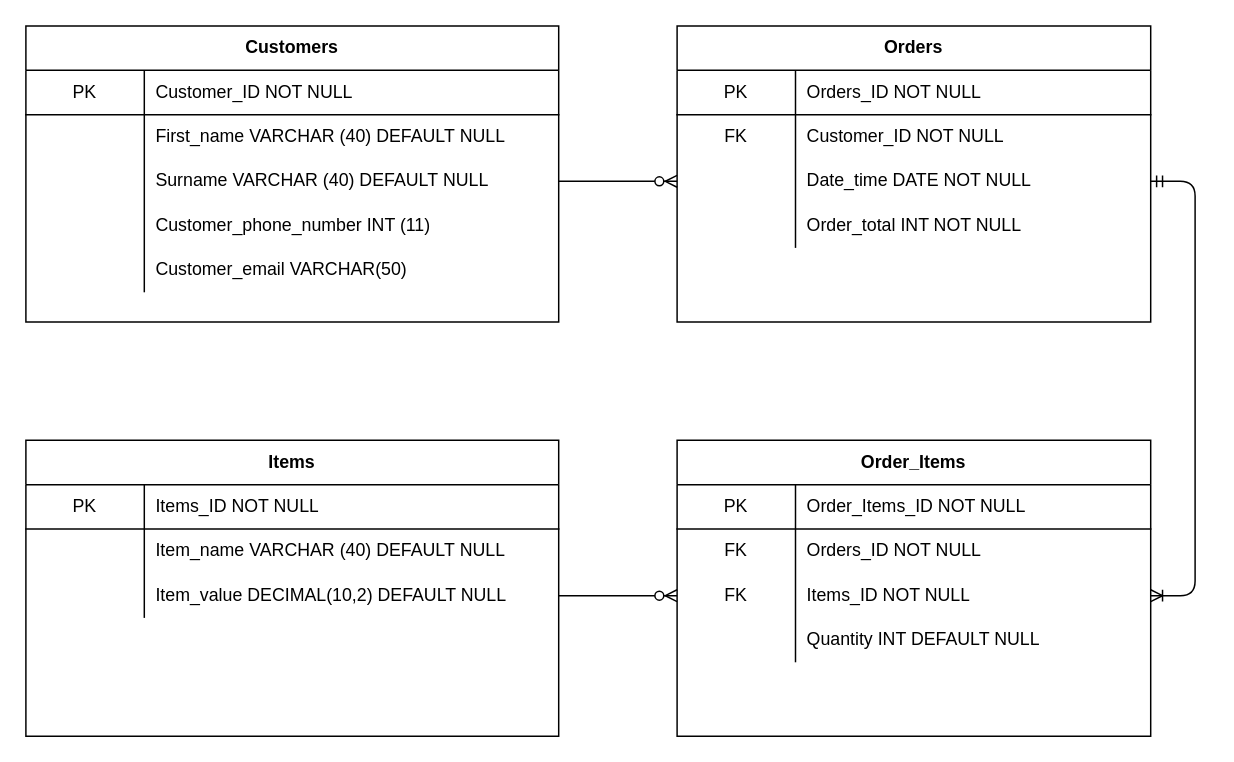
Before: Copy of Untitled Diagram.drawio in AWalker2112/IMS-Starter, a draw.io diagram. Source tidied: cells renumbered, new cells numbered last; positions are measured from the earlier drawing's top-left corner, leaving out a move shared by most shapes. Both pictures are drawn from the tidied source at 148%, with x=0, y=0 at pixel (25, 25).
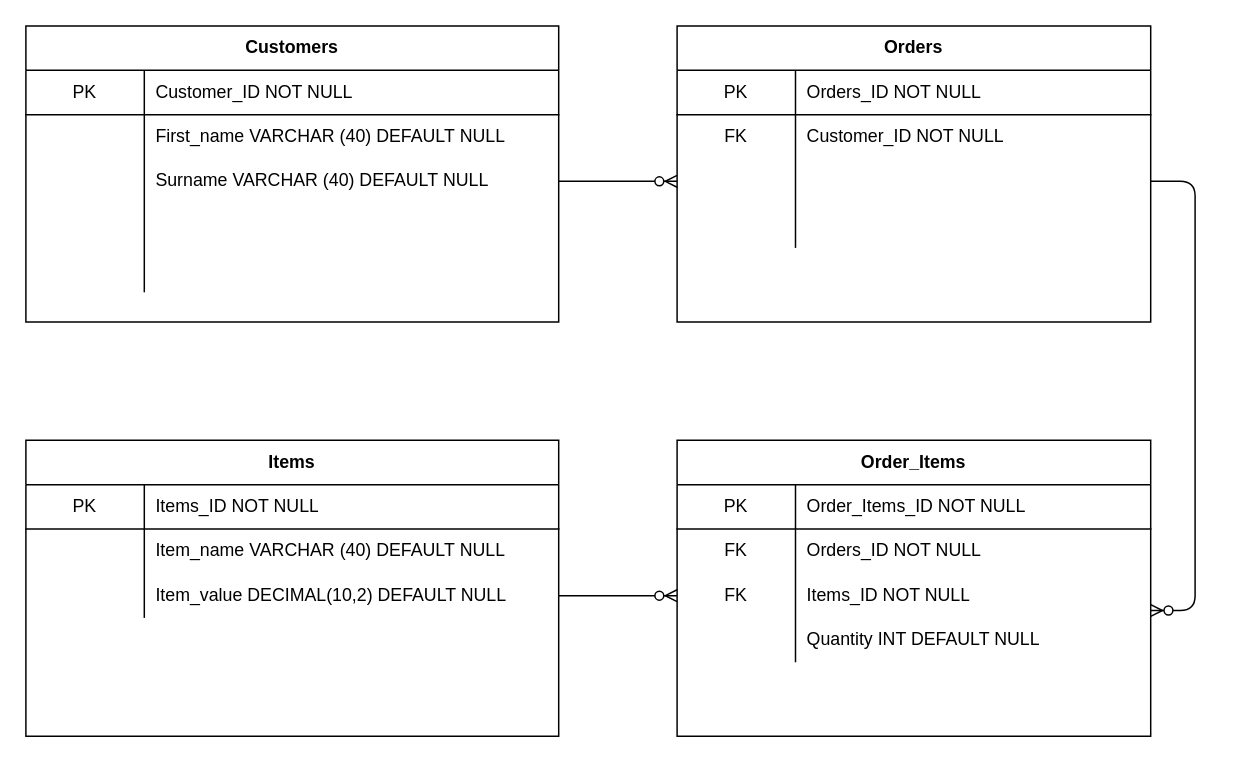
The same diagram, later.

The change refers to these unchanged cells:
```xml
<mxCell id="12" style="shape=partialRectangle;html=1;whiteSpace=wrap;fillColor=none;top=0;left=0;bottom=0;right=0;" parent="2" vertex="1">
  <mxGeometry y="120" width="360" height="30" as="geometry" />
</mxCell>
<mxCell id="15" style="shape=partialRectangle;html=1;whiteSpace=wrap;fillColor=none;top=0;left=0;bottom=0;right=0;" parent="2" vertex="1">
  <mxGeometry y="150" width="360" height="30" as="geometry" />
</mxCell>
<mxCell id="25" style="shape=partialRectangle;html=1;whiteSpace=wrap;fillColor=none;top=0;left=0;bottom=0;right=0;points=[[0,0.5],[1,0.5]];portConstraint=eastwest;" parent="18" vertex="1">
  <mxGeometry y="90" width="320" height="30" as="geometry" />
</mxCell>
<mxCell id="28" style="shape=partialRectangle;html=1;whiteSpace=wrap;fillColor=none;top=0;left=0;bottom=0;right=0;" parent="18" vertex="1">
  <mxGeometry y="120" width="320" height="30" as="geometry" />
</mxCell>
<mxCell id="48" style="shape=partialRectangle;html=1;whiteSpace=wrap;fillColor=none;top=0;left=0;bottom=0;right=0;points=[[0,0.5],[1,0.5]];portConstraint=eastwest;" parent="41" vertex="1">
  <mxGeometry y="90" width="320" height="30" as="geometry" />
</mxCell>
```

Change to the diagram source:
```diff
@@
-    <mxCell id="14" value="Customer_phone_number INT (11)&amp;nbsp;" style="shape=partialRectangle;html=1;whiteSpace=wrap;fillColor=none;top=0;left=0;bottom=0;right=0;align=left;spacingLeft=6;overflow=hidden;" parent="12" vertex="1">
+    <mxCell id="14" style="shape=partialRectangle;html=1;whiteSpace=wrap;fillColor=none;top=0;left=0;bottom=0;right=0;align=left;spacingLeft=6;overflow=hidden;" parent="12" vertex="1">
       <mxGeometry x="80" width="280" height="30" as="geometry" />
     </mxCell>
@@
-    <mxCell id="17" value="Customer_email VARCHAR(50)" style="shape=partialRectangle;html=1;whiteSpace=wrap;fillColor=none;top=0;left=0;bottom=0;right=0;align=left;spacingLeft=6;overflow=hidden;" parent="15" vertex="1">
+    <mxCell id="17" style="shape=partialRectangle;html=1;whiteSpace=wrap;fillColor=none;top=0;left=0;bottom=0;right=0;align=left;spacingLeft=6;overflow=hidden;" parent="15" vertex="1">
       <mxGeometry x="80" width="280" height="30" as="geometry" />
     </mxCell>
@@
-    <mxCell id="27" value="Date_time DATE NOT NULL" style="shape=partialRectangle;html=1;whiteSpace=wrap;fillColor=none;top=0;left=0;bottom=0;right=0;align=left;spacingLeft=6;overflow=hidden;" parent="25" vertex="1">
+    <mxCell id="27" style="shape=partialRectangle;html=1;whiteSpace=wrap;fillColor=none;top=0;left=0;bottom=0;right=0;align=left;spacingLeft=6;overflow=hidden;" parent="25" vertex="1">
       <mxGeometry x="80" width="240" height="30" as="geometry" />
     </mxCell>
@@
-    <mxCell id="30" value="Order_total INT NOT NULL" style="shape=partialRectangle;html=1;whiteSpace=wrap;fillColor=none;top=0;left=0;bottom=0;right=0;align=left;spacingLeft=6;overflow=hidden;" parent="28" vertex="1">
+    <mxCell id="30" style="shape=partialRectangle;html=1;whiteSpace=wrap;fillColor=none;top=0;left=0;bottom=0;right=0;align=left;spacingLeft=6;overflow=hidden;" parent="28" vertex="1">
       <mxGeometry x="80" width="240" height="30" as="geometry" />
     </mxCell>
@@
-    <mxCell id="56" style="edgeStyle=entityRelationEdgeStyle;fontSize=12;html=1;endArrow=ERoneToMany;startArrow=ERmandOne;entryX=1;entryY=0.5;entryDx=0;entryDy=0;exitX=1;exitY=0.5;exitDx=0;exitDy=0;" parent="1" edge="1" source="25" target="48">
+    <mxCell id="56" style="edgeStyle=entityRelationEdgeStyle;fontSize=12;html=1;endArrow=ERzeroToMany;endFill=1;entryX=1;entryY=0.833;entryDx=0;entryDy=0;entryPerimeter=0;exitX=1;exitY=0.5;exitDx=0;exitDy=0;" parent="1" edge="1" source="25" target="48">
       <mxGeometry relative="1" as="geometry" />
     </mxCell>
```
